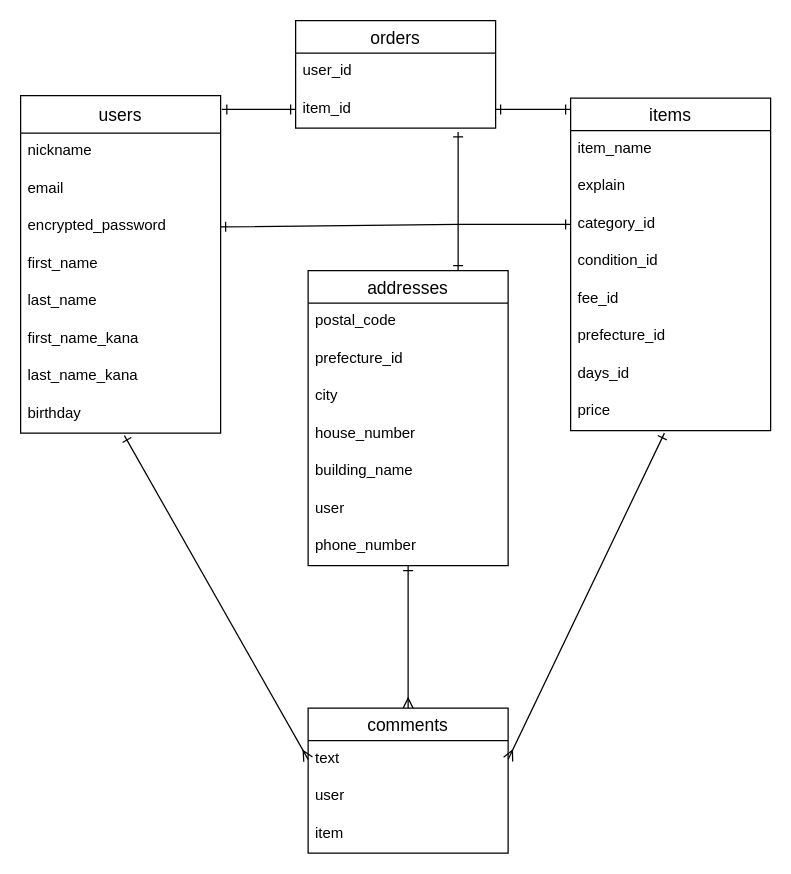
Before: app/views/er.dio in mikArai5/furima-31920, a draw.io diagram. Source tidied: cells renumbered, new cells numbered last; positions are measured from the earlier drawing's top-left corner, leaving out a move shared by most shapes. Both pictures are drawn from the tidied source at 125%, with x=0, y=0 at pixel (20, 20).
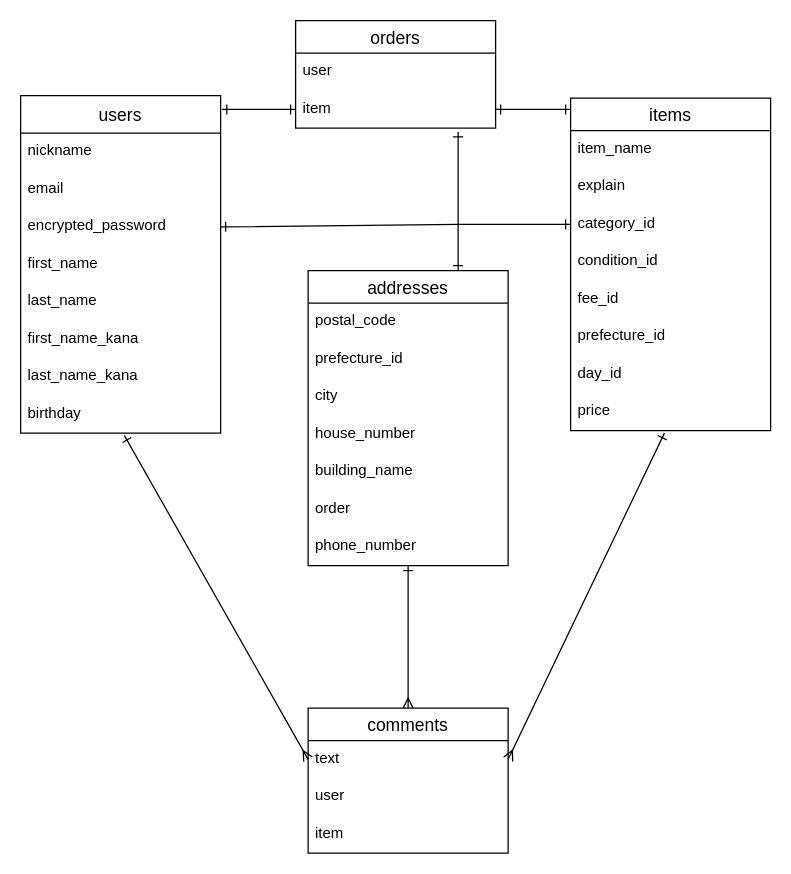
Above is the later version.

The change refers to these unchanged cells:
```xml
<mxCell id="11" value="items" style="swimlane;fontStyle=0;horizontal=1;startSize=26;align=center;fontSize=14;" parent="1" vertex="1">
  <mxGeometry x="440" y="62" width="160" height="266" as="geometry" />
</mxCell>
<mxCell id="26" value="addresses" style="swimlane;fontStyle=0;horizontal=1;startSize=26;align=center;fontSize=14;" parent="1" vertex="1">
  <mxGeometry x="230" y="200" width="160" height="236" as="geometry" />
</mxCell>
<mxCell id="37" value="orders" style="swimlane;fontStyle=0;horizontal=1;startSize=26;align=center;fontSize=14;" parent="1" vertex="1">
  <mxGeometry x="220" width="160" height="86" as="geometry" />
</mxCell>
```

Change to the diagram source:
```diff
@@
-    <mxCell id="18" value="days_id" style="text;strokeColor=none;fillColor=none;spacingLeft=4;spacingRight=4;overflow=hidden;fontSize=12;" parent="11" vertex="1">
+    <mxCell id="18" value="day_id" style="text;strokeColor=none;fillColor=none;spacingLeft=4;spacingRight=4;overflow=hidden;fontSize=12;" parent="11" vertex="1">
       <mxGeometry y="206" width="160" height="30" as="geometry" />
     </mxCell>
@@
-    <mxCell id="32" value="user" style="text;strokeColor=none;fillColor=none;spacingLeft=4;spacingRight=4;overflow=hidden;fontSize=12;" parent="26" vertex="1">
+    <mxCell id="32" value="order" style="text;strokeColor=none;fillColor=none;spacingLeft=4;spacingRight=4;overflow=hidden;fontSize=12;" parent="26" vertex="1">
       <mxGeometry y="176" width="160" height="30" as="geometry" />
     </mxCell>
@@
-    <mxCell id="38" value="user_id" style="text;strokeColor=none;fillColor=none;spacingLeft=4;spacingRight=4;overflow=hidden;fontSize=12;" parent="37" vertex="1">
+    <mxCell id="38" value="user" style="text;strokeColor=none;fillColor=none;spacingLeft=4;spacingRight=4;overflow=hidden;fontSize=12;" parent="37" vertex="1">
       <mxGeometry y="26" width="160" height="30" as="geometry" />
     </mxCell>
-    <mxCell id="39" value="item_id" style="text;strokeColor=none;fillColor=none;spacingLeft=4;spacingRight=4;overflow=hidden;points=[[0,0.5],[1,0.5]];portConstraint=eastwest;fontSize=12;" parent="37" vertex="1">
+    <mxCell id="39" value="item" style="text;strokeColor=none;fillColor=none;spacingLeft=4;spacingRight=4;overflow=hidden;points=[[0,0.5],[1,0.5]];portConstraint=eastwest;fontSize=12;" parent="37" vertex="1">
       <mxGeometry y="56" width="160" height="30" as="geometry" />
     </mxCell>
```
